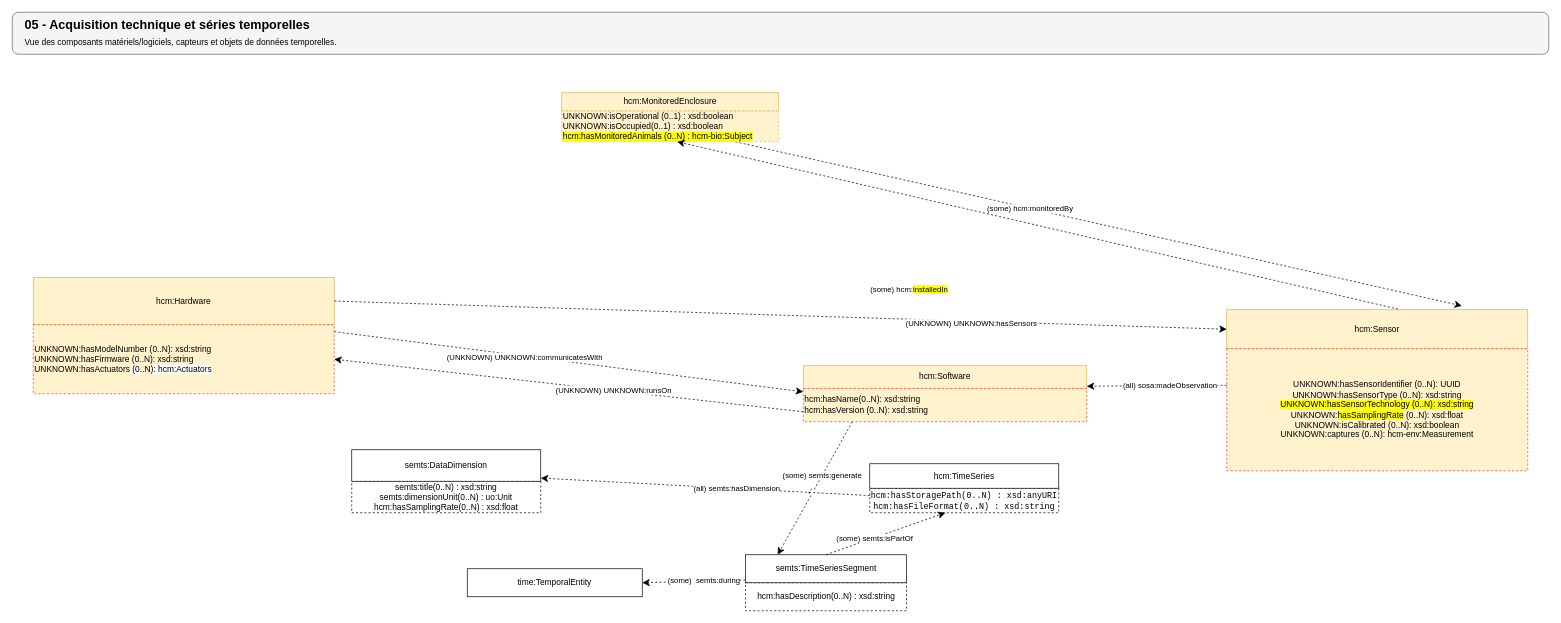
Before: page "05 - Acquisition technique et séries temporelles" (7 of 7) of docs/paper/sources/figures/version_rapport.drawio in dhuzard/HCMO, a draw.io diagram. Source tidied: cells renumbered, new cells numbered last; positions are measured from the earlier drawing's top-left corner, leaving out a move shared by most shapes. Both pictures are drawn from the tidied source at 70%, with x=0, y=0 at pixel (12, 12).
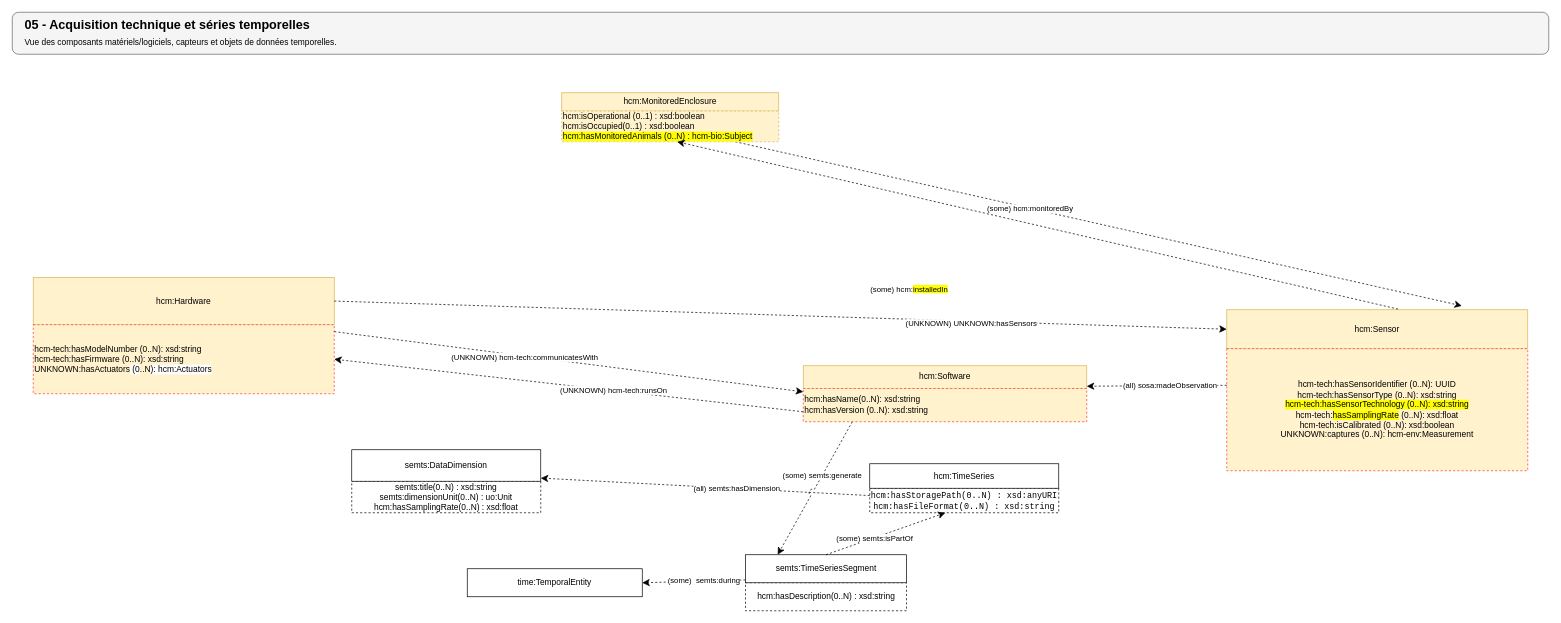
The same diagram, later.

Unchanged cells that the change refers to:
```xml
<mxCell id="5" style="group;" parent="1" vertex="1">
  <mxGeometry x="785" y="115" width="310" height="70" as="geometry" />
</mxCell>
<mxCell id="8" style="group;" parent="1" vertex="1">
  <mxGeometry x="1735" y="425" width="430" height="230" as="geometry" />
</mxCell>
<mxCell id="14" style="group;" parent="1" vertex="1">
  <mxGeometry x="30" y="378.8" width="430" height="186.2" as="geometry" />
</mxCell>
<mxCell id="19" style="endArrow=classic;html=1;exitX=1;exitY=0.1;exitDx=0;exitDy=0;entryX=0;entryY=0.1;entryDx=0;entryDy=0;endSize=8;dashed=1;arcSize=0;rounded=0;" parent="1" edge="1" source="16" target="13">
  <mxGeometry relative="1" as="geometry" />
</mxCell>
<mxCell id="21" style="endArrow=classic;html=1;exitX=0;exitY=0.7;exitDx=0;exitDy=0;entryX=1;entryY=0.5;entryDx=0;entryDy=0;endSize=8;dashed=1;arcSize=0;rounded=0;" parent="1" edge="1" source="13" target="16">
  <mxGeometry relative="1" as="geometry" />
</mxCell>
```

The edit, as a diff of the source:
```diff
@@
-    <mxCell id="7" value="&lt;div&gt;&lt;span style=&quot;background-color: transparent; color: light-dark(rgb(0, 0, 0), rgb(255, 255, 255));&quot;&gt;UNKNOWN:&lt;/span&gt;&lt;span style=&quot;background-color: transparent; color: light-dark(rgb(0, 0, 0), rgb(255, 255, 255));&quot;&gt;isOperational (0..1) :&amp;nbsp;&lt;/span&gt;&lt;span style=&quot;background-color: transparent; color: light-dark(rgb(0, 0, 0), rgb(255, 255, 255));&quot;&gt;xsd:boolean&lt;/span&gt;&lt;/div&gt;&lt;div&gt;&lt;div&gt;&lt;span style=&quot;background-color: transparent;&quot;&gt;UNKNOWN:&lt;/span&gt;&lt;span style=&quot;background-color: transparent;&quot;&gt;isOccupied(0..1) :&amp;nbsp;&lt;/span&gt;&lt;span style=&quot;background-color: transparent;&quot;&gt;xsd:boolean&lt;/span&gt;&lt;/div&gt;&lt;/div&gt;&lt;div&gt;&lt;span style=&quot;background-color: rgb(255, 255, 0);&quot;&gt;hcm:hasMonitoredAnimals (0..N) : hcm-bio:Subject&lt;/span&gt;&lt;/div&gt;" style="rounded=0;whiteSpace=wrap;html=1;snapToPoint=1;points=[[0.1,0],[0.2,0],[0.3,0],[0.4,0],[0.5,0],[0.6,0],[0.7,0],[0.8,0],[0.9,0],[0,0.1],[0,0.3],[0,0.5],[0,0.7],[0,0.9],[0.1,1],[0.2,1],[0.3,1],[0.4,1],[0.5,1],[0.6,1],[0.7,1],[0.8,1],[0.9,1],[1,0.1],[1,0.3],[1,0.5],[1,0.7],[1,0.9]];dashed=1;align=left;fillColor=#fff2cc;strokeColor=#d6b656;" parent="5" vertex="1">
+    <mxCell id="7" value="&lt;div&gt;&lt;span style=&quot;background-color: transparent; color: light-dark(rgb(0, 0, 0), rgb(255, 255, 255));&quot;&gt;hcm:isOperational (0..1) :&amp;nbsp;&lt;/span&gt;&lt;span style=&quot;background-color: transparent; color: light-dark(rgb(0, 0, 0), rgb(255, 255, 255));&quot;&gt;xsd:boolean&lt;/span&gt;&lt;/div&gt;&lt;div&gt;&lt;div&gt;&lt;span style=&quot;background-color: transparent;&quot;&gt;hcm:isOccupied(0..1) :&amp;nbsp;&lt;/span&gt;&lt;span style=&quot;background-color: transparent;&quot;&gt;xsd:boolean&lt;/span&gt;&lt;/div&gt;&lt;/div&gt;&lt;div&gt;&lt;span style=&quot;background-color: rgb(255, 255, 0);&quot;&gt;hcm:hasMonitoredAnimals (0..N) : hcm-bio:Subject&lt;/span&gt;&lt;/div&gt;" style="rounded=0;whiteSpace=wrap;html=1;snapToPoint=1;points=[[0.1,0],[0.2,0],[0.3,0],[0.4,0],[0.5,0],[0.6,0],[0.7,0],[0.8,0],[0.9,0],[0,0.1],[0,0.3],[0,0.5],[0,0.7],[0,0.9],[0.1,1],[0.2,1],[0.3,1],[0.4,1],[0.5,1],[0.6,1],[0.7,1],[0.8,1],[0.9,1],[1,0.1],[1,0.3],[1,0.5],[1,0.7],[1,0.9]];dashed=1;align=left;fillColor=#fff2cc;strokeColor=#d6b656;" parent="5" vertex="1">
       <mxGeometry y="26.2" width="310" height="43.8" as="geometry" />
     </mxCell>
@@
-    <mxCell id="10" value="&lt;div&gt;&lt;div&gt;UNKNOWN:hasSensorIdentifier (0..N): UUID&lt;/div&gt;&lt;/div&gt;&lt;div&gt;UNKNOWN:hasSensorType (0..N): xsd:string&lt;/div&gt;&lt;div&gt;&lt;div&gt;&lt;span style=&quot;background-color: rgb(255, 255, 0);&quot;&gt;UNKNOWN:hasSensorTechnology (0..N): xsd:string&lt;/span&gt;&lt;/div&gt;&lt;/div&gt;&lt;div&gt;UNKNOWN:&lt;span style=&quot;background-color: rgb(255, 255, 0);&quot;&gt;hasSamplingRate&lt;/span&gt; (0..N): xsd:float&lt;/div&gt;&lt;div&gt;UNKNOWN:isCalibrated (0..N): xsd:boolean&lt;/div&gt;&lt;div&gt;UNKNOWN:captures (0..N): hcm-env:Measurement&lt;/div&gt;" style="rounded=0;whiteSpace=wrap;html=1;snapToPoint=1;points=[[0.1,0],[0.2,0],[0.3,0],[0.4,0],[0.5,0],[0.6,0],[0.7,0],[0.8,0],[0.9,0],[0,0.1],[0,0.3],[0,0.5],[0,0.7],[0,0.9],[0.1,1],[0.2,1],[0.3,1],[0.4,1],[0.5,1],[0.6,1],[0.7,1],[0.8,1],[0.9,1],[1,0.1],[1,0.3],[1,0.5],[1,0.7],[1,0.9]];dashed=1;fillColor=#fff2cc;strokeColor=#FF3333;" parent="8" vertex="1">
+    <mxCell id="10" value="&lt;div&gt;&lt;div&gt;hcm-tech:hasSensorIdentifier (0..N): UUID&lt;/div&gt;&lt;/div&gt;&lt;div&gt;hcm-tech:hasSensorType (0..N): xsd:string&lt;/div&gt;&lt;div&gt;&lt;div&gt;&lt;span style=&quot;background-color: rgb(255, 255, 0);&quot;&gt;hcm-tech:hasSensorTechnology (0..N): xsd:string&lt;/span&gt;&lt;/div&gt;&lt;/div&gt;&lt;div&gt;hcm-tech:&lt;span style=&quot;background-color: rgb(255, 255, 0);&quot;&gt;hasSamplingRate&lt;/span&gt; (0..N): xsd:float&lt;/div&gt;&lt;div&gt;hcm-tech:isCalibrated (0..N): xsd:boolean&lt;/div&gt;&lt;div&gt;UNKNOWN:captures (0..N): hcm-env:Measurement&lt;/div&gt;" style="rounded=0;whiteSpace=wrap;html=1;snapToPoint=1;points=[[0.1,0],[0.2,0],[0.3,0],[0.4,0],[0.5,0],[0.6,0],[0.7,0],[0.8,0],[0.9,0],[0,0.1],[0,0.3],[0,0.5],[0,0.7],[0,0.9],[0.1,1],[0.2,1],[0.3,1],[0.4,1],[0.5,1],[0.6,1],[0.7,1],[0.8,1],[0.9,1],[1,0.1],[1,0.3],[1,0.5],[1,0.7],[1,0.9]];dashed=1;fillColor=#fff2cc;strokeColor=#FF3333;" parent="8" vertex="1">
       <mxGeometry y="55.6" width="430" height="174.4" as="geometry" />
     </mxCell>
@@
-    <mxCell id="16" value="&lt;div&gt;UNKNOWN:hasModelNumber (0&lt;span style=&quot;text-align: center;&quot;&gt;..N&lt;/span&gt;): xsd:string&lt;/div&gt;&lt;div&gt;UNKNOWN:hasFirmware (0&lt;span style=&quot;text-align: center;&quot;&gt;..N&lt;/span&gt;): xsd:string&lt;/div&gt;UNKNOWN:hasActuators&lt;span style=&quot;background-color: light-dark(#ffffff, var(--ge-dark-color, #121212));&quot;&gt; (0&lt;/span&gt;&lt;span style=&quot;text-align: center;&quot;&gt;..N&lt;/span&gt;&lt;span style=&quot;background-color: light-dark(#ffffff, var(--ge-dark-color, #121212));&quot;&gt;): hcm:Actuators&lt;/span&gt;" style="rounded=0;whiteSpace=wrap;html=1;snapToPoint=1;points=[[0.1,0],[0.2,0],[0.3,0],[0.4,0],[0.5,0],[0.6,0],[0.7,0],[0.8,0],[0.9,0],[0,0.1],[0,0.3],[0,0.5],[0,0.7],[0,0.9],[0.1,1],[0.2,1],[0.3,1],[0.4,1],[0.5,1],[0.6,1],[0.7,1],[0.8,1],[0.9,1],[1,0.1],[1,0.3],[1,0.5],[1,0.7],[1,0.9]];dashed=1;align=left;fillColor=#fff2cc;strokeColor=#FF3333;" parent="14" vertex="1">
+    <mxCell id="16" value="&lt;div&gt;hcm-tech:hasModelNumber (0&lt;span style=&quot;text-align: center;&quot;&gt;..N&lt;/span&gt;): xsd:string&lt;/div&gt;&lt;div&gt;hcm-tech:hasFirmware (0&lt;span style=&quot;text-align: center;&quot;&gt;..N&lt;/span&gt;): xsd:string&lt;/div&gt;UNKNOWN:hasActuators&lt;span style=&quot;background-color: light-dark(#ffffff, var(--ge-dark-color, #121212));&quot;&gt; (0&lt;/span&gt;&lt;span style=&quot;text-align: center;&quot;&gt;..N&lt;/span&gt;&lt;span style=&quot;background-color: light-dark(#ffffff, var(--ge-dark-color, #121212));&quot;&gt;): hcm:Actuators&lt;/span&gt;" style="rounded=0;whiteSpace=wrap;html=1;snapToPoint=1;points=[[0.1,0],[0.2,0],[0.3,0],[0.4,0],[0.5,0],[0.6,0],[0.7,0],[0.8,0],[0.9,0],[0,0.1],[0,0.3],[0,0.5],[0,0.7],[0,0.9],[0.1,1],[0.2,1],[0.3,1],[0.4,1],[0.5,1],[0.6,1],[0.7,1],[0.8,1],[0.9,1],[1,0.1],[1,0.3],[1,0.5],[1,0.7],[1,0.9]];dashed=1;align=left;fillColor=#fff2cc;strokeColor=#FF3333;" parent="14" vertex="1">
       <mxGeometry y="67.6" width="430" height="98.6" as="geometry" />
     </mxCell>
@@
-    <mxCell id="20" value="(UNKNOWN) UNKNOWN:communicatesWith" style="edgeLabel;html=1;align=center;verticalAlign=middle;" parent="19" vertex="1">
+    <mxCell id="20" value="(UNKNOWN) hcm-tech:communicatesWith" style="edgeLabel;html=1;align=center;verticalAlign=middle;" parent="19" vertex="1">
       <mxGeometry x="-0.19" y="-1" relative="1" as="geometry" />
     </mxCell>
@@
-    <mxCell id="22" value="(UNKNOWN) UNKNOWN:runsOn" style="edgeLabel;html=1;align=center;verticalAlign=middle;" parent="21" vertex="1">
+    <mxCell id="22" value="(UNKNOWN) hcm-tech:runsOn" style="edgeLabel;html=1;align=center;verticalAlign=middle;" parent="21" vertex="1">
       <mxGeometry x="-0.19" y="-1" relative="1" as="geometry" />
     </mxCell>
```
